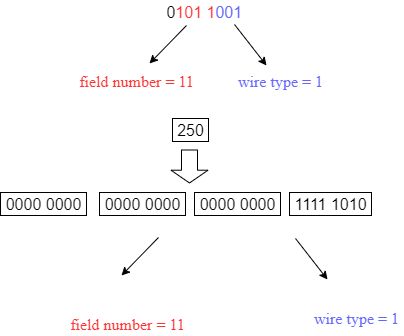
Before: protobuf/demo1.png, a diagram exported from draw.io (sihaibao/note). Source tidied: cells renumbered, new cells last; positions are measured from the earlier drawing's top-left corner, leaving out a move shared by most shapes.
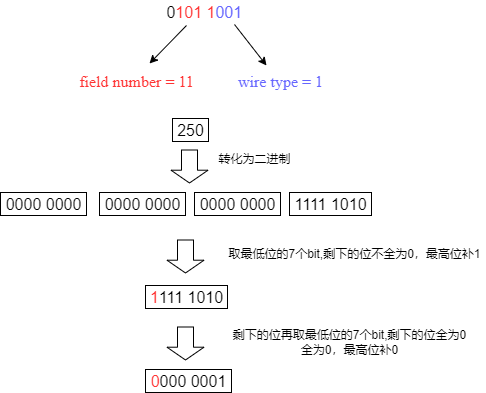
After the change.

Diff of the diagram source:
```diff
@@ -26,24 +26,6 @@
     <mxCell id="7" value="1111 1010" style="text;html=1;align=center;verticalAlign=middle;strokeColor=default;fillColor=none;fontSize=16;" parent="1" vertex="1">
       <mxGeometry x="289" y="192" width="82" height="23" as="geometry" />
     </mxCell>
-    <mxCell id="8" style="endArrow=classic;html=1;rounded=0;shadow=0;fontSize=16;fontColor=#6666FF;fontFamily=Times New Roman;" parent="1" edge="1">
-      <mxGeometry relative="1" as="geometry">
-        <mxPoint x="158" y="237" as="sourcePoint" />
-        <mxPoint x="121" y="275" as="targetPoint" />
-      </mxGeometry>
-    </mxCell>
-    <mxCell id="9" style="endArrow=classic;html=1;rounded=0;shadow=0;fontSize=16;fontColor=#6666FF;fontFamily=Times New Roman;" parent="1" edge="1">
-      <mxGeometry relative="1" as="geometry">
-        <mxPoint x="295" y="238" as="sourcePoint" />
-        <mxPoint x="327" y="279" as="targetPoint" />
-      </mxGeometry>
-    </mxCell>
-    <mxCell id="10" value="&lt;font color=&quot;#6666ff&quot;&gt;wire type = 1&lt;/font&gt;" style="text;html=1;align=center;verticalAlign=middle;strokeColor=none;fillColor=none;fontSize=16;fontFamily=Times New Roman;fontColor=#000000;" parent="1" vertex="1">
-      <mxGeometry x="308" y="306" width="95" height="23" as="geometry" />
-    </mxCell>
-    <mxCell id="11" value="&lt;font color=&quot;#ff3333&quot;&gt;field number = 11&lt;/font&gt;" style="text;html=1;align=center;verticalAlign=middle;strokeColor=none;fillColor=none;fontSize=16;fontFamily=Times New Roman;fontColor=#000000;" parent="1" vertex="1">
-      <mxGeometry x="65" y="312" width="124" height="23" as="geometry" />
-    </mxCell>
     <mxCell id="12" value="0000 0000" style="text;html=1;align=center;verticalAlign=middle;strokeColor=default;fillColor=none;fontSize=16;" parent="1" vertex="1">
       <mxGeometry x="194" y="192" width="86" height="23" as="geometry" />
     </mxCell>
@@ -62,5 +44,32 @@
         <mxPoint x="189" y="183" as="targetPoint" />
       </mxGeometry>
     </mxCell>
+    <mxCell id="17" value="转化为二进制" style="text;html=1;align=center;verticalAlign=middle;strokeColor=none;fillColor=none;" parent="1" vertex="1">
+      <mxGeometry x="213" y="150" width="82" height="18" as="geometry" />
+    </mxCell>
+    <mxCell id="18" style="shape=flexArrow;endArrow=classic;html=1;rounded=0;width=16;endSize=3.93;" parent="1" edge="1">
+      <mxGeometry relative="1" as="geometry">
+        <mxPoint x="185" y="239" as="sourcePoint" />
+        <mxPoint x="185" y="273" as="targetPoint" />
+      </mxGeometry>
+    </mxCell>
+    <mxCell id="19" value="取最低位的7个bit,剩下的位不全为0，最高位补1" style="text;html=1;align=center;verticalAlign=middle;strokeColor=none;fillColor=none;" parent="1" vertex="1">
+      <mxGeometry x="223" y="245" width="262" height="18" as="geometry" />
+    </mxCell>
+    <mxCell id="20" value="&lt;font color=&quot;#ff3333&quot;&gt;1&lt;/font&gt;111 1010" style="text;html=1;align=center;verticalAlign=middle;strokeColor=default;fillColor=none;fontSize=16;" parent="1" vertex="1">
+      <mxGeometry x="145" y="285" width="82" height="23" as="geometry" />
+    </mxCell>
+    <mxCell id="21" value="剩下的位再取最低位的7个bit,剩下的位全为0&lt;br&gt;全为0，最高位补0" style="text;html=1;align=center;verticalAlign=middle;strokeColor=none;fillColor=none;" parent="1" vertex="1">
+      <mxGeometry x="227" y="326" width="244" height="32" as="geometry" />
+    </mxCell>
+    <mxCell id="22" style="shape=flexArrow;endArrow=classic;html=1;rounded=0;width=16;endSize=3.93;" parent="1" edge="1">
+      <mxGeometry relative="1" as="geometry">
+        <mxPoint x="185" y="326" as="sourcePoint" />
+        <mxPoint x="185" y="360" as="targetPoint" />
+      </mxGeometry>
+    </mxCell>
+    <mxCell id="23" value="&lt;font color=&quot;#ff3333&quot;&gt;0&lt;/font&gt;000 0001" style="text;html=1;align=center;verticalAlign=middle;strokeColor=default;fillColor=none;fontSize=16;" parent="1" vertex="1">
+      <mxGeometry x="145" y="369" width="86" height="23" as="geometry" />
+    </mxCell>
   </root>
 </mxGraphModel>
```
